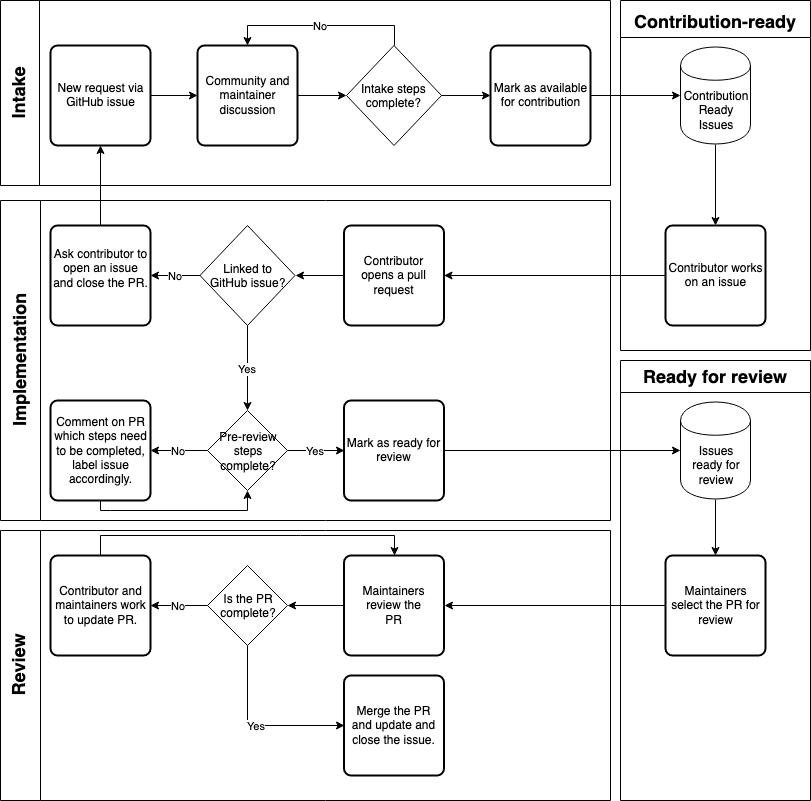
Above: proposals/contrib-guide-high-level.png in kdaily/aws-cli (draw.io), before the change. Source tidied: cells renumbered, new cells last; positions are measured from the earlier drawing's top-left corner, leaving out a move shared by most shapes.
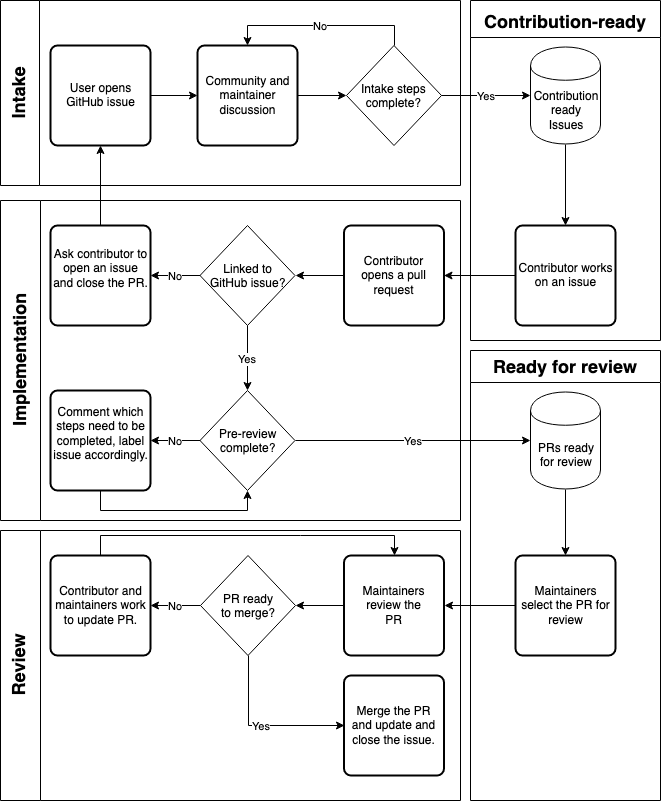
After the change.

What changed in the source:
```diff
@@ -8,7 +8,7 @@
       </mxGeometry>
     </mxCell>
     <mxCell id="3" style="swimlane;startSize=39;direction=north;" parent="1" vertex="1">
-      <mxGeometry x="25" width="610" height="185" as="geometry" />
+      <mxGeometry x="25" width="460" height="185" as="geometry" />
     </mxCell>
     <mxCell id="4" value="&lt;div&gt;Intake steps&lt;/div&gt;&lt;div&gt;complete?&lt;/div&gt;" style="shape=rhombus;html=1;dashed=0;whitespace=wrap;perimeter=rhombusPerimeter;" parent="3" vertex="1">
       <mxGeometry x="346" y="45" width="95" height="100" as="geometry" />
@@ -23,7 +23,7 @@
       <mxGeometry relative="1" as="geometry" />
     </mxCell>
     <mxCell id="8" style="swimlane;startSize=40;direction=north;" parent="1" vertex="1">
-      <mxGeometry x="25" y="200" width="610" height="320" as="geometry" />
+      <mxGeometry x="25" y="200" width="460" height="320" as="geometry" />
     </mxCell>
     <mxCell id="9" value="&lt;font style=&quot;font-size: 18px&quot;&gt;&lt;b&gt;Implementation&lt;/b&gt;&lt;/font&gt;" style="text;html=1;strokeColor=none;fillColor=none;align=center;verticalAlign=middle;whiteSpace=wrap;rounded=0;rotation=-90;" parent="8" vertex="1">
       <mxGeometry y="150" width="40" height="20" as="geometry" />
@@ -37,19 +37,39 @@
     <mxCell id="12" style="edgeStyle=orthogonalEdgeStyle;rounded=0;jettySize=auto;html=1;entryX=1;entryY=0.5;entryDx=0;entryDy=0;" parent="8" edge="1" source="11" target="10">
       <mxGeometry relative="1" as="geometry" />
     </mxCell>
+    <mxCell id="52" value="&lt;div&gt;Pre-review &lt;br&gt;&lt;/div&gt;&lt;div&gt;complete?&lt;/div&gt;" style="shape=rhombus;html=1;dashed=0;whitespace=wrap;perimeter=rhombusPerimeter;" parent="8" vertex="1">
+      <mxGeometry x="199.5" y="190" width="95" height="100" as="geometry" />
+    </mxCell>
+    <mxCell id="24" value="&lt;div&gt;Yes&lt;/div&gt;" style="edgeStyle=orthogonalEdgeStyle;rounded=0;jettySize=auto;html=1;exitX=0.5;exitY=1;exitDx=0;exitDy=0;entryX=0.5;entryY=0;entryDx=0;entryDy=0;" parent="8" edge="1" source="10" target="52">
+      <mxGeometry relative="1" as="geometry" />
+    </mxCell>
+    <mxCell id="47" value="Comment which steps need to be completed, label issue accordingly." style="rounded=1;whiteSpace=wrap;html=1;absoluteArcSize=1;arcSize=14;strokeWidth=2;" parent="8" vertex="1">
+      <mxGeometry x="50" y="190" width="100" height="100" as="geometry" />
+    </mxCell>
+    <mxCell id="46" style="edgeStyle=orthogonalEdgeStyle;rounded=0;jettySize=auto;html=1;entryX=0.5;entryY=1;entryDx=0;entryDy=0;exitX=0.5;exitY=1;exitDx=0;exitDy=0;" parent="8" edge="1" source="47" target="52">
+      <mxGeometry relative="1" as="geometry">
+        <Array as="points">
+          <mxPoint x="100" y="310" />
+          <mxPoint x="247" y="310" />
+        </Array>
+      </mxGeometry>
+    </mxCell>
+    <mxCell id="48" value="No" style="edgeStyle=orthogonalEdgeStyle;rounded=0;jettySize=auto;html=1;entryX=1;entryY=0.5;entryDx=0;entryDy=0;exitX=0;exitY=0.5;exitDx=0;exitDy=0;" parent="8" edge="1" source="52" target="47">
+      <mxGeometry relative="1" as="geometry" />
+    </mxCell>
     <mxCell id="13" style="swimlane;startSize=40;direction=north;" parent="1" vertex="1">
-      <mxGeometry x="25" y="530" width="610" height="270" as="geometry" />
+      <mxGeometry x="25" y="530" width="460" height="270" as="geometry" />
     </mxCell>
     <mxCell id="14" value="&lt;font style=&quot;font-size: 18px&quot;&gt;&lt;b&gt;Review&lt;/b&gt;&lt;/font&gt;" style="text;html=1;strokeColor=none;fillColor=none;align=center;verticalAlign=middle;whiteSpace=wrap;rounded=0;rotation=-90;" parent="13" vertex="1">
       <mxGeometry y="125" width="40" height="20" as="geometry" />
     </mxCell>
-    <mxCell id="15" style="edgeStyle=orthogonalEdgeStyle;rounded=0;jettySize=auto;html=1;entryX=1;entryY=0.5;entryDx=0;entryDy=0;" parent="13" edge="1" source="16" target="22">
+    <mxCell id="15" style="edgeStyle=orthogonalEdgeStyle;rounded=0;jettySize=auto;html=1;entryX=1;entryY=0.5;entryDx=0;entryDy=0;" parent="13" edge="1" source="16" target="53">
       <mxGeometry relative="1" as="geometry" />
     </mxCell>
     <mxCell id="16" value="&lt;div&gt;Maintainers review the&lt;/div&gt;&lt;div&gt;PR&lt;br&gt;&lt;/div&gt;" style="rounded=1;whiteSpace=wrap;html=1;absoluteArcSize=1;arcSize=14;strokeWidth=2;" parent="13" vertex="1">
       <mxGeometry x="343.5" y="25" width="100" height="100" as="geometry" />
     </mxCell>
-    <mxCell id="17" value="Yes" style="edgeStyle=orthogonalEdgeStyle;rounded=0;jettySize=auto;html=1;entryX=0;entryY=0.5;entryDx=0;entryDy=0;exitX=0.5;exitY=1;exitDx=0;exitDy=0;" parent="13" edge="1" source="22" target="20">
+    <mxCell id="17" value="Yes" style="edgeStyle=orthogonalEdgeStyle;rounded=0;jettySize=auto;html=1;entryX=0;entryY=0.5;entryDx=0;entryDy=0;exitX=0.5;exitY=1;exitDx=0;exitDy=0;" parent="13" edge="1" source="53" target="20">
       <mxGeometry relative="1" as="geometry" />
     </mxCell>
     <mxCell id="18" style="edgeStyle=orthogonalEdgeStyle;rounded=0;jettySize=auto;html=1;entryX=0.5;entryY=0;entryDx=0;entryDy=0;exitX=0.5;exitY=0;exitDx=0;exitDy=0;" parent="13" edge="1" source="19" target="16">
@@ -66,18 +86,15 @@
     <mxCell id="20" value="Merge the PR and update and close the issue." style="rounded=1;whiteSpace=wrap;html=1;absoluteArcSize=1;arcSize=14;strokeWidth=2;" parent="13" vertex="1">
       <mxGeometry x="343.5" y="145" width="100" height="100" as="geometry" />
     </mxCell>
-    <mxCell id="21" value="No" style="edgeStyle=orthogonalEdgeStyle;rounded=0;jettySize=auto;html=1;" parent="13" edge="1" source="22" target="19">
+    <mxCell id="21" value="No" style="edgeStyle=orthogonalEdgeStyle;rounded=0;jettySize=auto;html=1;exitX=0;exitY=0.5;exitDx=0;exitDy=0;" parent="13" edge="1" source="53" target="19">
       <mxGeometry relative="1" as="geometry" />
     </mxCell>
-    <mxCell id="22" value="Is the PR complete?" style="rhombus;whiteSpace=wrap;html=1;" parent="13" vertex="1">
-      <mxGeometry x="207" y="35" width="80" height="80" as="geometry" />
-    </mxCell>
+    <mxCell id="53" value="&lt;div&gt;PR ready&lt;/div&gt;&lt;div&gt; to merge?&lt;br&gt;&lt;/div&gt;" style="shape=rhombus;html=1;dashed=0;whitespace=wrap;perimeter=rhombusPerimeter;" parent="13" vertex="1">
+      <mxGeometry x="200" y="25" width="95" height="100" as="geometry" />
+    </mxCell>
     <mxCell id="23" style="edgeStyle=orthogonalEdgeStyle;rounded=0;jettySize=auto;html=1;exitX=0.5;exitY=0;exitDx=0;exitDy=0;entryX=0.5;entryY=1;entryDx=0;entryDy=0;" parent="1" edge="1" source="25" target="29">
       <mxGeometry relative="1" as="geometry" />
     </mxCell>
-    <mxCell id="24" value="&lt;div&gt;Yes&lt;/div&gt;" style="edgeStyle=orthogonalEdgeStyle;rounded=0;jettySize=auto;html=1;exitX=0.5;exitY=1;exitDx=0;exitDy=0;" parent="1" edge="1" source="10" target="49">
-      <mxGeometry relative="1" as="geometry" />
-    </mxCell>
     <mxCell id="25" value="Ask contributor to open an issue and close the PR. " style="rounded=1;whiteSpace=wrap;html=1;absoluteArcSize=1;arcSize=14;strokeWidth=2;" parent="1" vertex="1">
       <mxGeometry x="75" y="225" width="100" height="100" as="geometry" />
     </mxCell>
@@ -90,49 +107,40 @@
     <mxCell id="28" value="&lt;font style=&quot;font-size: 18px&quot;&gt;&lt;b&gt;Intake&lt;/b&gt;&lt;/font&gt;" style="text;html=1;strokeColor=none;fillColor=none;align=center;verticalAlign=middle;whiteSpace=wrap;rounded=0;rotation=-90;" parent="1" vertex="1">
       <mxGeometry y="82.5" width="90" height="20" as="geometry" />
     </mxCell>
-    <mxCell id="29" value="&lt;div&gt;New request via&lt;/div&gt;&lt;div&gt; GitHub issue&lt;/div&gt;" style="rounded=1;whiteSpace=wrap;html=1;absoluteArcSize=1;arcSize=14;strokeWidth=2;" parent="1" vertex="1">
+    <mxCell id="29" value="&lt;div&gt;User opens GitHub issue&lt;/div&gt;" style="rounded=1;whiteSpace=wrap;html=1;absoluteArcSize=1;arcSize=14;strokeWidth=2;" parent="1" vertex="1">
       <mxGeometry x="75" y="45" width="100" height="100" as="geometry" />
     </mxCell>
     <mxCell id="30" style="edgeStyle=orthogonalEdgeStyle;rounded=0;jettySize=auto;html=1;exitX=1;exitY=0.5;exitDx=0;exitDy=0;entryX=0;entryY=0.5;entryDx=0;entryDy=0;" parent="1" edge="1" source="29" target="5">
       <mxGeometry relative="1" as="geometry" />
     </mxCell>
-    <mxCell id="31" style="edgeStyle=orthogonalEdgeStyle;rounded=0;jettySize=auto;html=1;entryX=0;entryY=0.5;entryDx=0;entryDy=0;exitX=1;exitY=0.5;exitDx=0;exitDy=0;" parent="1" edge="1" source="4" target="32">
+    <mxCell id="31" value="Yes" style="edgeStyle=orthogonalEdgeStyle;rounded=0;jettySize=auto;html=1;entryX=0;entryY=0.5;entryDx=0;entryDy=0;exitX=1;exitY=0.5;exitDx=0;exitDy=0;" parent="1" edge="1" source="4" target="34">
       <mxGeometry relative="1" as="geometry" />
     </mxCell>
-    <mxCell id="32" value="Mark as available for contribution" style="rounded=1;whiteSpace=wrap;html=1;absoluteArcSize=1;arcSize=14;strokeWidth=2;" parent="1" vertex="1">
-      <mxGeometry x="515" y="45" width="100" height="100" as="geometry" />
-    </mxCell>
-    <mxCell id="33" style="edgeStyle=orthogonalEdgeStyle;rounded=0;jettySize=auto;html=1;entryX=0;entryY=0.5;entryDx=0;entryDy=0;" parent="1" edge="1" source="32" target="34">
-      <mxGeometry relative="1" as="geometry" />
-    </mxCell>
-    <mxCell id="34" value="Contribution Ready Issues" style="shape=cylinder;whiteSpace=wrap;html=1;boundedLbl=1;backgroundOutline=1;" parent="1" vertex="1">
-      <mxGeometry x="705" y="46.5" width="70" height="97" as="geometry" />
+    <mxCell id="34" value="Contribution ready Issues" style="shape=cylinder;whiteSpace=wrap;html=1;boundedLbl=1;backgroundOutline=1;" parent="1" vertex="1">
+      <mxGeometry x="555" y="46.5" width="70" height="97" as="geometry" />
     </mxCell>
     <mxCell id="35" value="Contributor works on an issue" style="rounded=1;whiteSpace=wrap;html=1;absoluteArcSize=1;arcSize=14;strokeWidth=2;" parent="1" vertex="1">
-      <mxGeometry x="690" y="225" width="100" height="100" as="geometry" />
+      <mxGeometry x="540" y="225" width="100" height="100" as="geometry" />
     </mxCell>
     <mxCell id="36" style="edgeStyle=orthogonalEdgeStyle;rounded=0;jettySize=auto;html=1;" parent="1" edge="1" source="35" target="11">
       <mxGeometry relative="1" as="geometry" />
     </mxCell>
     <mxCell id="37" style="swimlane;startSize=37;" parent="1" vertex="1">
-      <mxGeometry x="645" width="190" height="350" as="geometry" />
+      <mxGeometry x="495" width="190" height="340" as="geometry" />
     </mxCell>
     <mxCell id="38" value="&lt;font style=&quot;font-size: 18px&quot;&gt;Contribution-ready&lt;/font&gt;" style="text;strokeColor=none;fillColor=none;html=1;fontSize=24;fontStyle=1;verticalAlign=middle;align=center;" parent="37" vertex="1">
       <mxGeometry x="45" width="100" height="40" as="geometry" />
     </mxCell>
-    <mxCell id="39" style="edgeStyle=orthogonalEdgeStyle;rounded=0;jettySize=auto;html=1;entryX=0;entryY=0.5;entryDx=0;entryDy=0;" parent="1" edge="1" source="50" target="43">
-      <mxGeometry relative="1" as="geometry" />
-    </mxCell>
     <mxCell id="40" style="swimlane;startSize=32;" parent="1" vertex="1">
-      <mxGeometry x="645" y="360" width="190" height="440" as="geometry" />
+      <mxGeometry x="495" y="350" width="190" height="450" as="geometry" />
     </mxCell>
     <mxCell id="41" value="&lt;font style=&quot;font-size: 18px&quot;&gt;Ready for review&lt;br&gt;&lt;/font&gt;" style="text;strokeColor=none;fillColor=none;html=1;fontSize=24;fontStyle=1;verticalAlign=middle;align=center;" parent="40" vertex="1">
       <mxGeometry x="45" y="-5" width="100" height="40" as="geometry" />
     </mxCell>
     <mxCell id="42" value="&lt;div&gt;Maintainers select the PR for review&lt;/div&gt;" style="rounded=1;whiteSpace=wrap;html=1;absoluteArcSize=1;arcSize=14;strokeWidth=2;" parent="40" vertex="1">
-      <mxGeometry x="45" y="195" width="100" height="100" as="geometry" />
+      <mxGeometry x="45" y="205" width="100" height="100" as="geometry" />
     </mxCell>
-    <mxCell id="43" value="Issues ready for review" style="shape=cylinder;whiteSpace=wrap;html=1;boundedLbl=1;backgroundOutline=1;" parent="40" vertex="1">
+    <mxCell id="43" value="PRs ready for review" style="shape=cylinder;whiteSpace=wrap;html=1;boundedLbl=1;backgroundOutline=1;" parent="40" vertex="1">
       <mxGeometry x="60" y="41.5" width="70" height="97" as="geometry" />
     </mxCell>
     <mxCell id="44" style="edgeStyle=orthogonalEdgeStyle;rounded=0;jettySize=auto;html=1;entryX=0.5;entryY=0;entryDx=0;entryDy=0;exitX=0.5;exitY=1;exitDx=0;exitDy=0;" parent="40" edge="1" source="43" target="42">
@@ -141,27 +149,7 @@
     <mxCell id="45" style="edgeStyle=orthogonalEdgeStyle;rounded=0;jettySize=auto;html=1;entryX=1;entryY=0.5;entryDx=0;entryDy=0;" parent="1" edge="1" source="42" target="16">
       <mxGeometry relative="1" as="geometry" />
     </mxCell>
-    <mxCell id="46" style="edgeStyle=orthogonalEdgeStyle;rounded=0;jettySize=auto;html=1;entryX=0.5;entryY=1;entryDx=0;entryDy=0;exitX=0.5;exitY=1;exitDx=0;exitDy=0;" parent="1" edge="1" source="47" target="49">
-      <mxGeometry relative="1" as="geometry">
-        <Array as="points">
-          <mxPoint x="135" y="510" />
-          <mxPoint x="262" y="510" />
-        </Array>
-      </mxGeometry>
-    </mxCell>
-    <mxCell id="47" value="Comment on PR which steps need to be completed, label issue accordingly." style="rounded=1;whiteSpace=wrap;html=1;absoluteArcSize=1;arcSize=14;strokeWidth=2;" parent="1" vertex="1">
-      <mxGeometry x="75" y="400" width="100" height="100" as="geometry" />
-    </mxCell>
-    <mxCell id="48" value="No" style="edgeStyle=orthogonalEdgeStyle;rounded=0;jettySize=auto;html=1;entryX=1;entryY=0.5;entryDx=0;entryDy=0;exitX=0;exitY=0.5;exitDx=0;exitDy=0;" parent="1" edge="1" source="49" target="47">
-      <mxGeometry relative="1" as="geometry" />
-    </mxCell>
-    <mxCell id="49" value="Pre-review steps complete?" style="rhombus;whiteSpace=wrap;html=1;" parent="1" vertex="1">
-      <mxGeometry x="232" y="410" width="80" height="80" as="geometry" />
-    </mxCell>
-    <mxCell id="50" value="Mark as ready for review" style="rounded=1;whiteSpace=wrap;html=1;absoluteArcSize=1;arcSize=14;strokeWidth=2;" parent="1" vertex="1">
-      <mxGeometry x="368.5" y="400" width="100" height="100" as="geometry" />
-    </mxCell>
-    <mxCell id="51" value="Yes" style="edgeStyle=orthogonalEdgeStyle;rounded=0;jettySize=auto;html=1;entryX=0;entryY=0.5;entryDx=0;entryDy=0;" parent="1" edge="1" source="49" target="50">
+    <mxCell id="51" value="Yes" style="edgeStyle=orthogonalEdgeStyle;rounded=0;jettySize=auto;html=1;entryX=0;entryY=0.5;entryDx=0;entryDy=0;exitX=1;exitY=0.5;exitDx=0;exitDy=0;" parent="1" edge="1" source="52" target="43">
       <mxGeometry relative="1" as="geometry" />
     </mxCell>
   </root>
```
